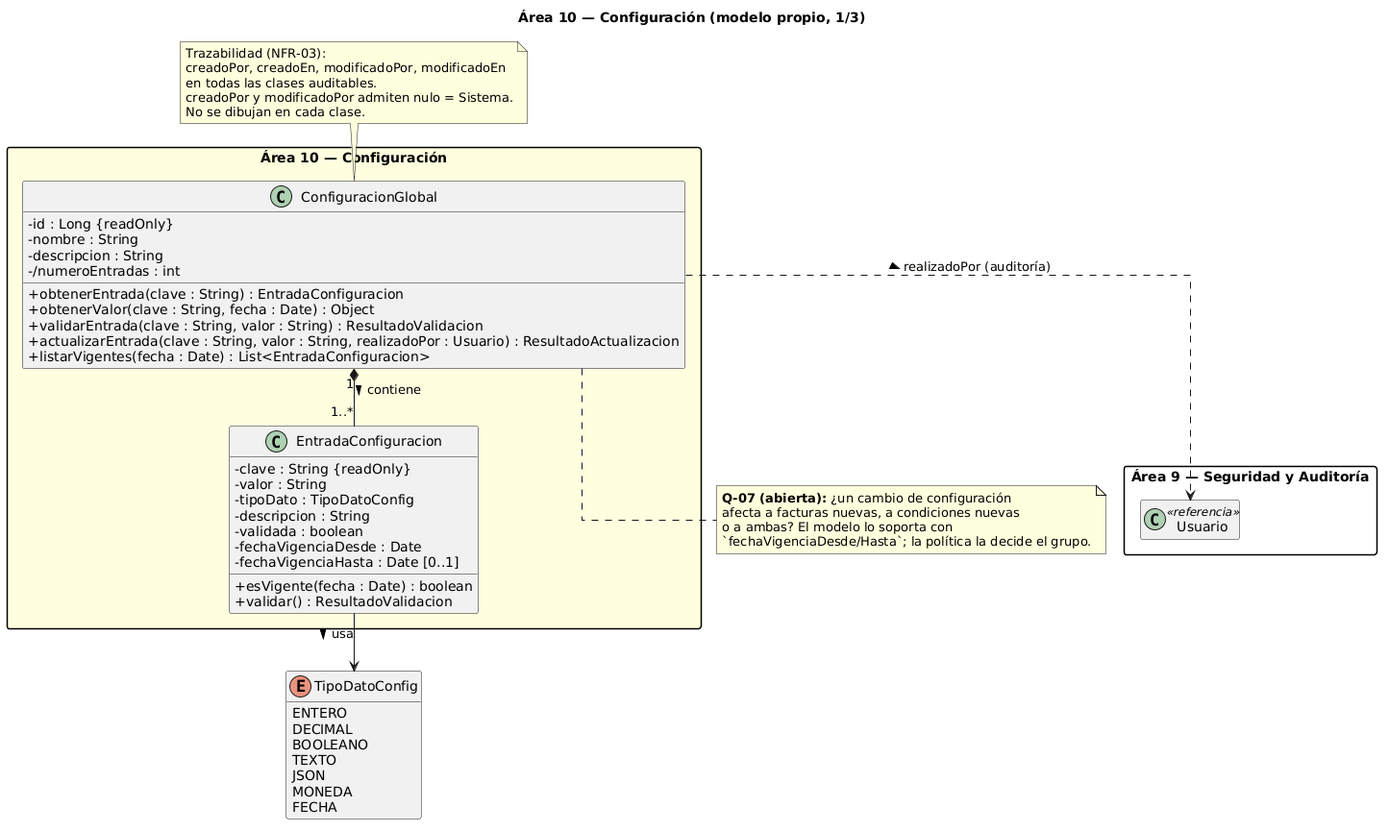
The PlantUML diagram Entrega2_GrupoBebes/Diagramas de clase/Area 10/area10_1_configuracion.png in naybetaomar/AyDA-ProyectoBebes, before a commit.
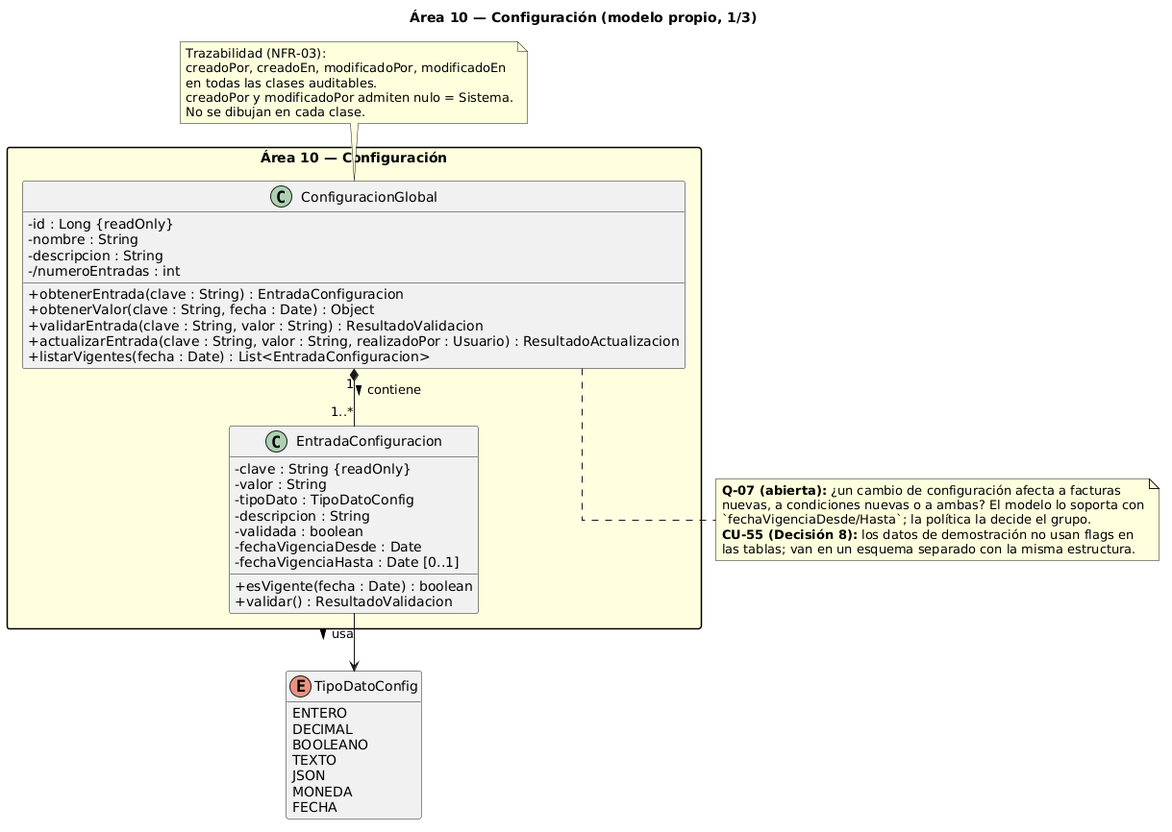
The same diagram one commit later.

What changed in the source:
```diff
@@ -45,20 +45,16 @@
   FECHA
 }
 
-package "Área 9 — Seguridad y Auditoría" {
-  class Usuario <<referencia>>
-}
-
 ConfiguracionGlobal "1" *-- "1..*" EntradaConfiguracion : contiene >
 EntradaConfiguracion --> TipoDatoConfig : usa >
-ConfiguracionGlobal ..> Usuario : realizadoPor (auditoría) >
 
 NFR03 .. ConfiguracionGlobal
 
 note bottom of ConfiguracionGlobal
-  **Q-07 (abierta):** ¿un cambio de configuración
-  afecta a facturas nuevas, a condiciones nuevas
-  o a ambas? El modelo lo soporta con
+  **Q-07 (abierta):** ¿un cambio de configuración afecta a facturas
+  nuevas, a condiciones nuevas o a ambas? El modelo lo soporta con
   `fechaVigenciaDesde/Hasta`; la política la decide el grupo.
+  **CU-55 (Decisión 8):** los datos de demostración no usan flags en
+  las tablas; van en un esquema separado con la misma estructura.
 end note
 @enduml
```
